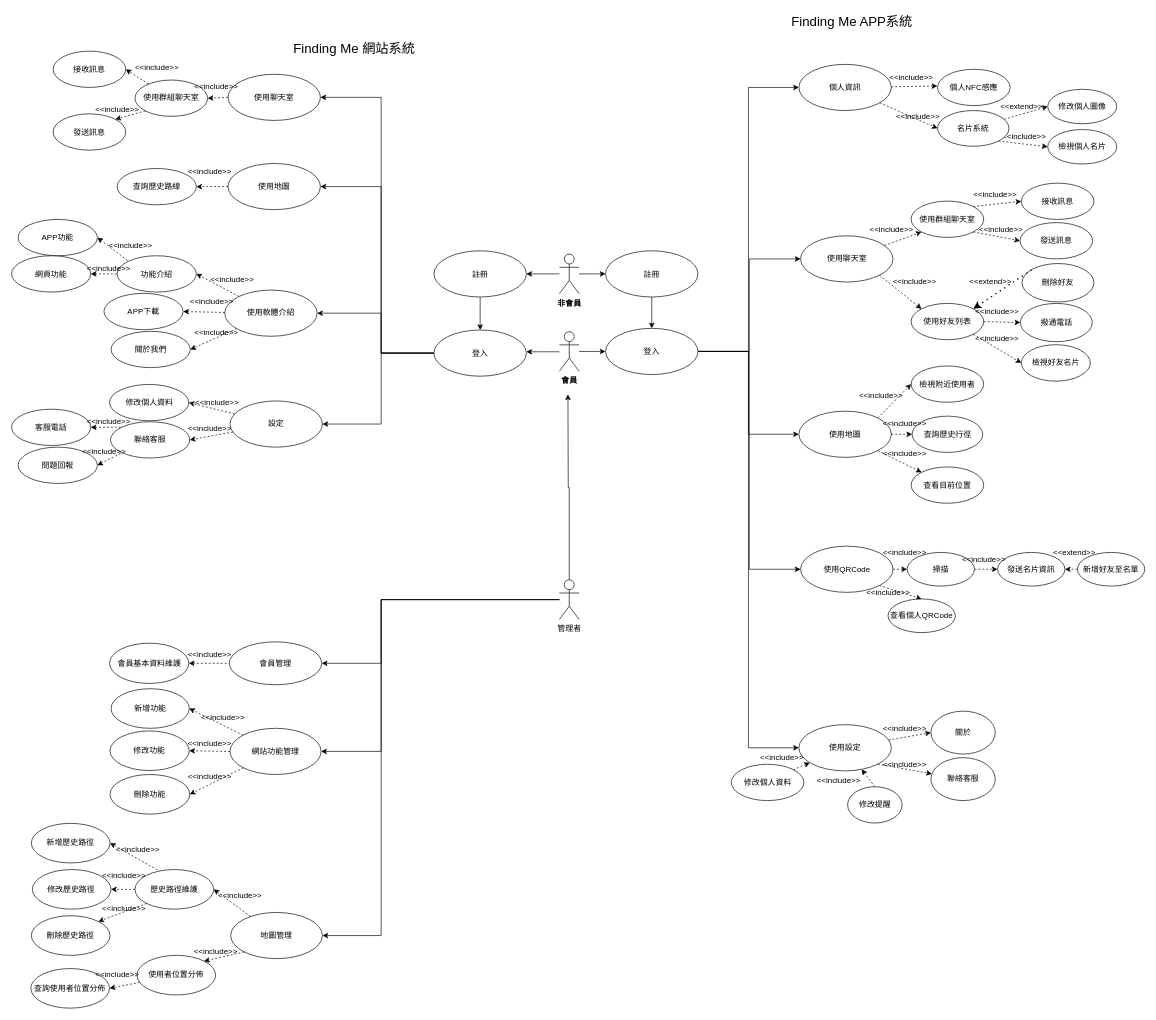
Earlier version of the draw.io diagram page "使用個案圖" (1 of 4) of Untitled Diagram.drawio (may900620/codepanimg). Source tidied: cells renumbered, new cells numbered last; positions are measured from the earlier drawing's top-left corner, leaving out a move shared by most shapes. Both pictures are drawn from the tidied source at 66%, with x=0, y=0 at pixel (11, 11).
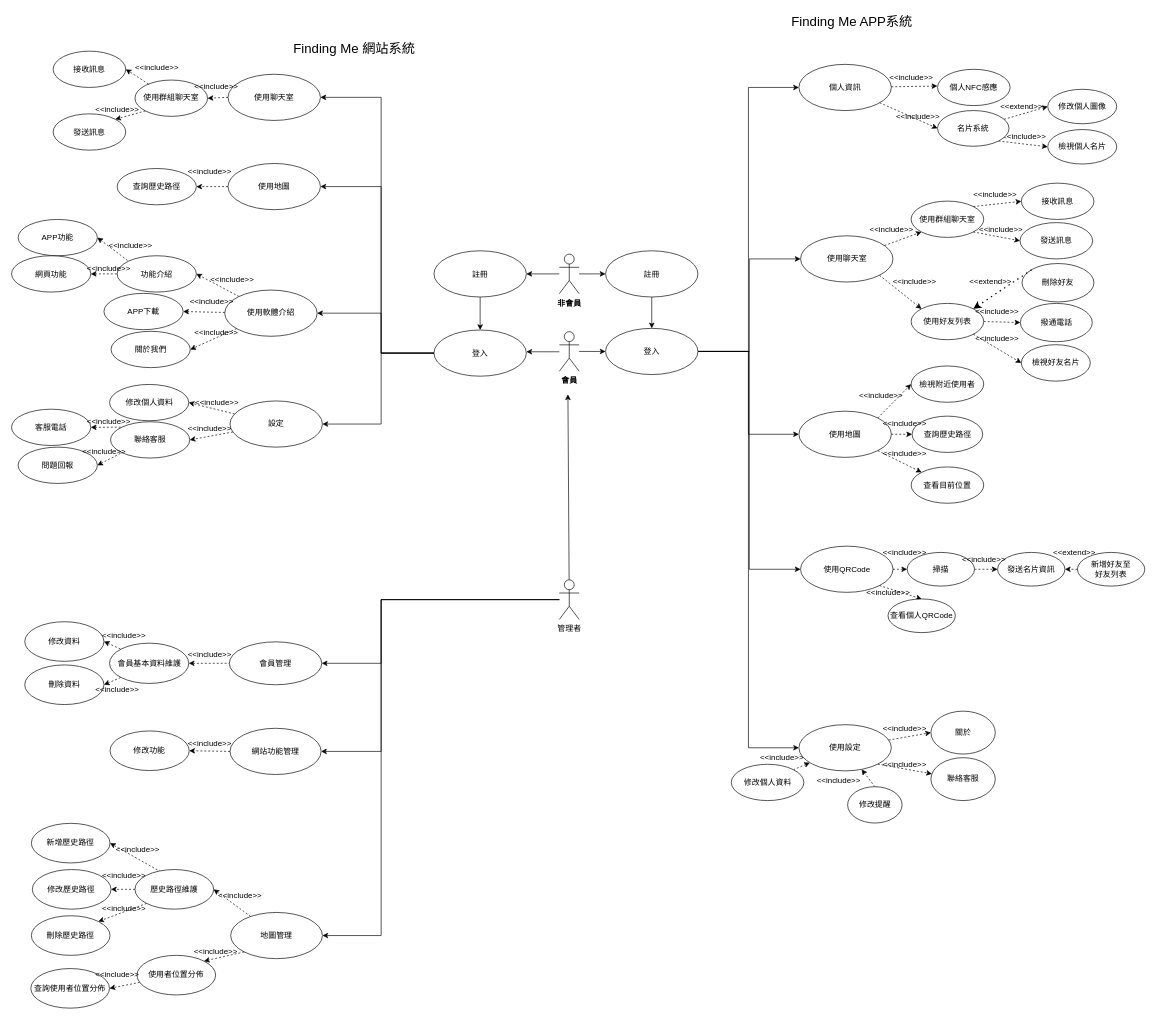
The same diagram, later.

Unchanged cells that the change refers to:
```xml
<mxCell id="12" value="管理者" style="shape=umlActor;verticalLabelPosition=bottom;verticalAlign=top;html=1;fillColor=default;strokeColor=default;fontColor=default;" parent="1" vertex="1">
  <mxGeometry x="830" y="861" width="30" height="60" as="geometry" />
</mxCell>
<mxCell id="86" value="網站功能管理" style="ellipse;whiteSpace=wrap;html=1;fontColor=default;strokeColor=default;fillColor=default;" parent="1" vertex="1">
  <mxGeometry x="331" y="1086" width="138" height="70" as="geometry" />
</mxCell>
<mxCell id="164" value="會員基本資料維護" style="ellipse;whiteSpace=wrap;html=1;fontColor=default;strokeColor=default;fillColor=default;" parent="1" vertex="1">
  <mxGeometry x="148.5" y="957" width="120" height="61" as="geometry" />
</mxCell>
```

What changed in the source:
```diff
@@
-    <mxCell id="20" value="查詢歷史行徑" style="ellipse;whiteSpace=wrap;html=1;fillColor=default;strokeColor=default;fontColor=default;" parent="1" vertex="1">
+    <mxCell id="20" value="查詢歷史路徑" style="ellipse;whiteSpace=wrap;html=1;fillColor=default;strokeColor=default;fontColor=default;" parent="1" vertex="1">
       <mxGeometry x="1364.5" y="613" width="107" height="55" as="geometry" />
     </mxCell>
@@
-    <mxCell id="53" value="&lt;div&gt;新增好友至名單&lt;/div&gt;" style="ellipse;whiteSpace=wrap;html=1;fillColor=default;strokeColor=default;fontColor=default;" parent="1" vertex="1">
+    <mxCell id="53" value="&lt;div&gt;新增好友至&lt;/div&gt;&lt;div&gt;好友列表&lt;/div&gt;" style="ellipse;whiteSpace=wrap;html=1;fillColor=default;strokeColor=default;fontColor=default;" parent="1" vertex="1">
       <mxGeometry x="1615" y="819.5" width="102" height="51" as="geometry" />
     </mxCell>
@@
-    <mxCell id="68" style="edgeStyle=orthogonalEdgeStyle;rounded=0;jettySize=auto;html=1;startArrow=none;startFill=0;endArrow=classic;endFill=1;" parent="1" edge="1" source="12">
+    <mxCell id="68" style="rounded=0;jettySize=auto;html=1;startArrow=none;startFill=0;endArrow=classic;endFill=1;" parent="1" edge="1" source="12">
       <mxGeometry relative="1" as="geometry">
         <mxPoint x="843" y="580" as="targetPoint" />
       </mxGeometry>
     </mxCell>
@@
-    <mxCell id="96" value="新增功能" style="ellipse;whiteSpace=wrap;html=1;" parent="1" vertex="1">
-      <mxGeometry x="150.8" y="1026" width="118.5" height="60" as="geometry" />
-    </mxCell>
@@
-    <mxCell id="98" value="刪除功能" style="ellipse;whiteSpace=wrap;html=1;" parent="1" vertex="1">
-      <mxGeometry x="149.2" y="1156" width="120.8" height="60" as="geometry" />
-    </mxCell>
-    <mxCell id="99" style="endArrow=classic;html=1;rounded=0;entryX=1;entryY=0.5;entryDx=0;entryDy=0;endFill=1;startArrow=none;startFill=0;dashed=1;" parent="1" edge="1" source="86" target="96">
-      <mxGeometry relative="1" as="geometry" />
-    </mxCell>
@@
-    <mxCell id="101" style="endArrow=classic;html=1;rounded=0;entryX=1;entryY=0.5;entryDx=0;entryDy=0;exitX=0;exitY=1;exitDx=0;exitDy=0;endFill=1;startArrow=none;startFill=0;dashed=1;" parent="1" edge="1" source="86" target="98">
-      <mxGeometry relative="1" as="geometry" />
-    </mxCell>
-    <mxCell id="102" value="&amp;lt;&amp;lt;include&amp;gt;&amp;gt;" style="text;html=1;align=center;verticalAlign=middle;strokeColor=none;fillColor=none;fontColor=default;" parent="1" vertex="1">
-      <mxGeometry x="280" y="1060" width="80" height="20" as="geometry" />
-    </mxCell>
@@
-    <mxCell id="104" value="&amp;lt;&amp;lt;include&amp;gt;&amp;gt;" style="text;html=1;align=center;verticalAlign=middle;strokeColor=none;fillColor=none;fontColor=default;" parent="1" vertex="1">
-      <mxGeometry x="260" y="1149" width="80" height="20" as="geometry" />
-    </mxCell>
@@
-    <mxCell id="127" value="查詢歷史路線" style="ellipse;whiteSpace=wrap;html=1;fillColor=default;strokeColor=default;fontColor=default;" parent="1" vertex="1">
+    <mxCell id="127" value="查詢歷史路徑" style="ellipse;whiteSpace=wrap;html=1;fillColor=default;strokeColor=default;fontColor=default;" parent="1" vertex="1">
       <mxGeometry x="160" y="237.8" width="120" height="55" as="geometry" />
     </mxCell>
@@
+    <mxCell id="179" value="修改資料" style="ellipse;whiteSpace=wrap;html=1;" parent="1" vertex="1">
+      <mxGeometry x="20" y="924.5" width="120" height="60" as="geometry" />
+    </mxCell>
+    <mxCell id="180" value="刪除資料" style="ellipse;whiteSpace=wrap;html=1;" parent="1" vertex="1">
+      <mxGeometry x="20" y="990" width="120" height="60" as="geometry" />
+    </mxCell>
+    <mxCell id="181" style="edgeStyle=none;rounded=0;jettySize=auto;html=1;entryX=0;entryY=0;entryDx=0;entryDy=0;dashed=1;labelBackgroundColor=default;fontColor=default;endArrow=none;endFill=0;strokeColor=default;startArrow=classic;startFill=1;exitX=1;exitY=0.5;exitDx=0;exitDy=0;" parent="1" edge="1" source="179" target="164">
+      <mxGeometry relative="1" as="geometry" />
+    </mxCell>
+    <mxCell id="182" style="edgeStyle=none;rounded=0;jettySize=auto;html=1;dashed=1;labelBackgroundColor=default;fontColor=default;endArrow=none;endFill=0;strokeColor=default;startArrow=classic;startFill=1;exitX=1;exitY=0.5;exitDx=0;exitDy=0;entryX=0;entryY=1;entryDx=0;entryDy=0;" parent="1" edge="1" source="180" target="164">
+      <mxGeometry relative="1" as="geometry" />
+    </mxCell>
+    <mxCell id="183" value="&amp;lt;&amp;lt;include&amp;gt;&amp;gt;" style="text;html=1;align=center;verticalAlign=middle;strokeColor=none;fillColor=none;fontColor=default;" parent="1" vertex="1">
+      <mxGeometry x="130" y="935" width="80" height="20" as="geometry" />
+    </mxCell>
+    <mxCell id="184" value="&amp;lt;&amp;lt;include&amp;gt;&amp;gt;" style="text;html=1;align=center;verticalAlign=middle;strokeColor=none;fillColor=none;fontColor=default;" parent="1" vertex="1">
+      <mxGeometry x="120" y="1018" width="80" height="20" as="geometry" />
+    </mxCell>
```
